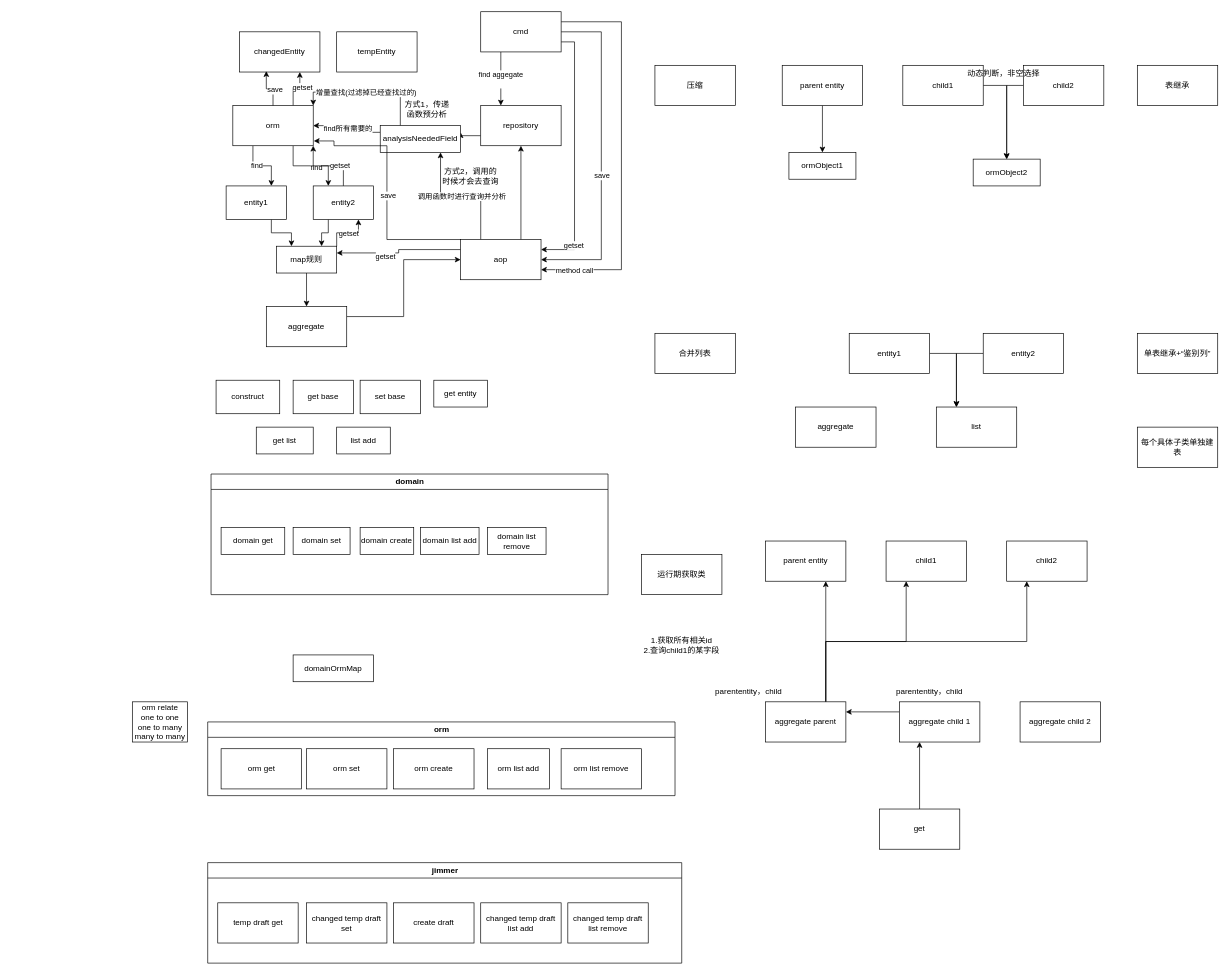
Above: better-ddd-jimmer/draw/better-ddd流程.drawio in morecup/jimmer-ddd (draw.io), before the change. Source tidied: cells renumbered, new cells numbered last; positions are measured from the earlier drawing's top-left corner, leaving out a move shared by most shapes. Both pictures are drawn from the tidied source at 67%, with x=0, y=0 at pixel (132, 11).
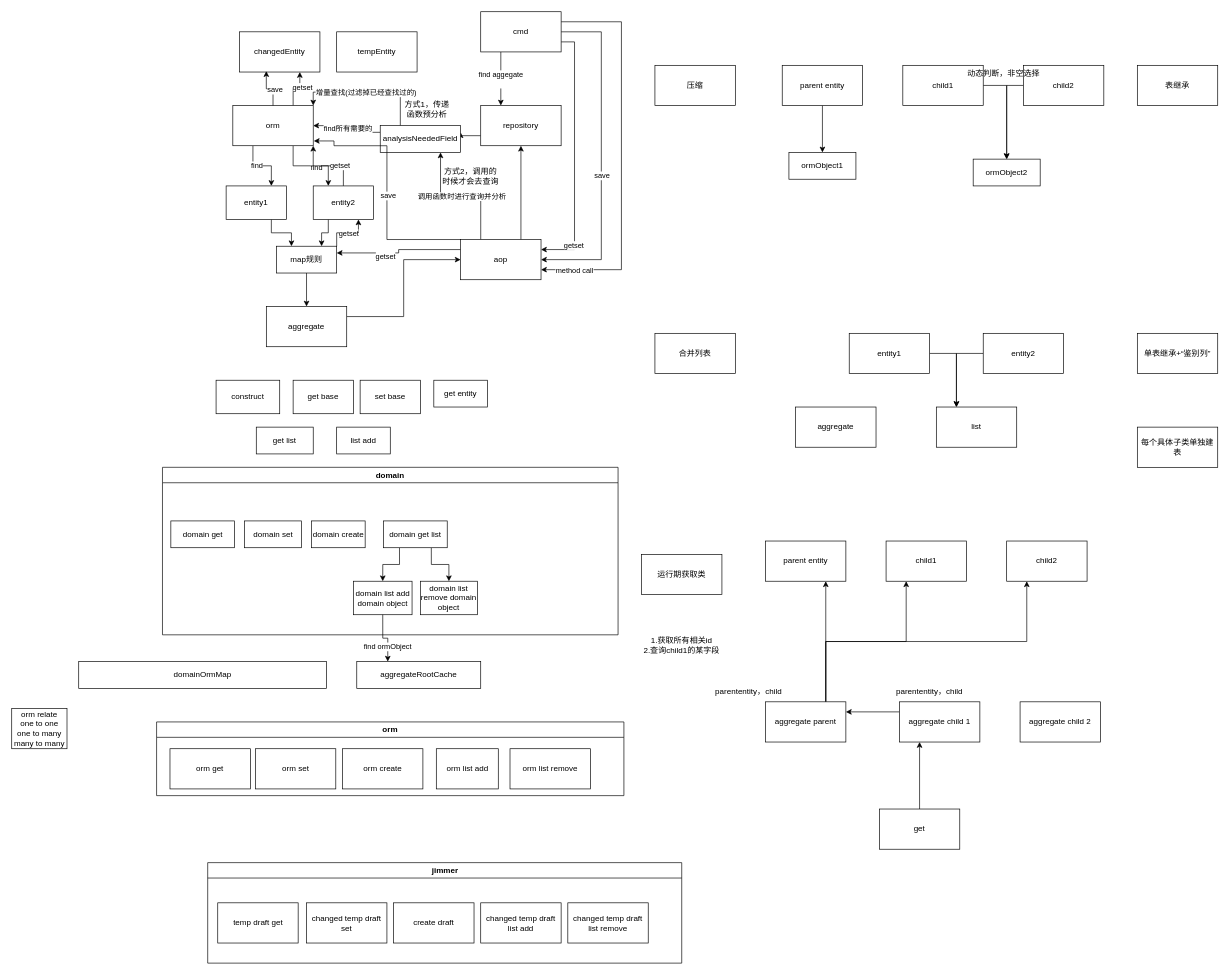
The same page after the edit.

Commit message (it also covers changes not shown here):
feat(core): 添加领域对象属性值缓存并优化领域模型

- 在 DomainAggregate 中添加 fieldValueCache缓存对象属性值
- 修改 getFieldValue 方法，实现缓存逻辑
- 更新流程图，增加领域对象列表操作和缓存相关节点

Diff of the diagram source:
```diff
@@
     <mxCell id="93" value="domain" style="swimlane;whiteSpace=wrap;html=1;" parent="1" vertex="1">
-      <mxGeometry x="117.5" y="690" width="592.5" height="180" as="geometry" />
+      <mxGeometry x="45" y="680" width="680" height="250" as="geometry" />
     </mxCell>
+    <mxCell id="113" style="edgeStyle=orthogonalEdgeStyle;rounded=0;jettySize=auto;html=1;exitX=0.25;exitY=1;exitDx=0;exitDy=0;entryX=0.5;entryY=0;entryDx=0;entryDy=0;" parent="93" edge="1" source="94" target="97">
+      <mxGeometry relative="1" as="geometry" />
+    </mxCell>
+    <mxCell id="114" style="edgeStyle=orthogonalEdgeStyle;rounded=0;jettySize=auto;html=1;exitX=0.75;exitY=1;exitDx=0;exitDy=0;entryX=0.5;entryY=0;entryDx=0;entryDy=0;" parent="93" edge="1" source="94" target="98">
+      <mxGeometry relative="1" as="geometry" />
+    </mxCell>
-    <mxCell id="94" value="domain get" style="whiteSpace=wrap;html=1;" parent="93" vertex="1">
-      <mxGeometry x="15" y="80" width="95" height="40" as="geometry" />
+    <mxCell id="94" value="domain get list" style="whiteSpace=wrap;html=1;" parent="93" vertex="1">
+      <mxGeometry x="330" y="80" width="95" height="40" as="geometry" />
     </mxCell>
@@
-    <mxCell id="97" value="domain list add" style="rounded=0;whiteSpace=wrap;html=1;" parent="93" vertex="1">
-      <mxGeometry x="312.5" y="80" width="87.5" height="40" as="geometry" />
+    <mxCell id="97" value="domain list add domain object" style="rounded=0;whiteSpace=wrap;html=1;" parent="93" vertex="1">
+      <mxGeometry x="285" y="170" width="87.5" height="50" as="geometry" />
     </mxCell>
-    <mxCell id="98" value="domain list remove" style="rounded=0;whiteSpace=wrap;html=1;" parent="93" vertex="1">
-      <mxGeometry x="412.5" y="80" width="87.5" height="40" as="geometry" />
+    <mxCell id="98" value="domain list remove domain object" style="rounded=0;whiteSpace=wrap;html=1;" parent="93" vertex="1">
+      <mxGeometry x="385" y="170" width="85" height="50" as="geometry" />
     </mxCell>
+    <mxCell id="115" value="domain get" style="whiteSpace=wrap;html=1;" parent="93" vertex="1">
+      <mxGeometry x="12.5" y="80" width="95" height="40" as="geometry" />
+    </mxCell>
     <mxCell id="99" value="orm" style="swimlane;whiteSpace=wrap;html=1;" parent="1" vertex="1">
-      <mxGeometry x="112.5" y="1060" width="697.5" height="110" as="geometry" />
+      <mxGeometry x="36.2" y="1060" width="697.5" height="110" as="geometry" />
     </mxCell>
@@
     <mxCell id="105" value="domainOrmMap" style="rounded=0;whiteSpace=wrap;html=1;" parent="1" vertex="1">
-      <mxGeometry x="240" y="960" width="120" height="40" as="geometry" />
+      <mxGeometry x="-80" y="970" width="370" height="40" as="geometry" />
     </mxCell>
@@
     <mxCell id="112" value="orm relate&lt;div&gt;one to one&lt;/div&gt;&lt;div&gt;one to many&lt;/div&gt;&lt;div&gt;many to many&lt;/div&gt;" style="rounded=0;whiteSpace=wrap;html=1;" parent="1" vertex="1">
-      <mxGeometry y="1030" width="82.5" height="60" as="geometry" />
+      <mxGeometry x="-180" y="1040" width="82.5" height="60" as="geometry" />
     </mxCell>
+    <mxCell id="116" value="aggregateRootCache" style="rounded=0;whiteSpace=wrap;html=1;" parent="1" vertex="1">
+      <mxGeometry x="335" y="970" width="185" height="40" as="geometry" />
+    </mxCell>
+    <mxCell id="117" style="edgeStyle=orthogonalEdgeStyle;rounded=0;jettySize=auto;html=1;exitX=0.5;exitY=1;exitDx=0;exitDy=0;entryX=0.25;entryY=0;entryDx=0;entryDy=0;" parent="1" edge="1" source="97" target="116">
+      <mxGeometry relative="1" as="geometry" />
+    </mxCell>
+    <mxCell id="118" value="find ormObject" style="edgeLabel;html=1;align=center;verticalAlign=middle;" parent="117" vertex="1">
+      <mxGeometry x="0.41" y="-1" relative="1" as="geometry" />
+    </mxCell>
```
